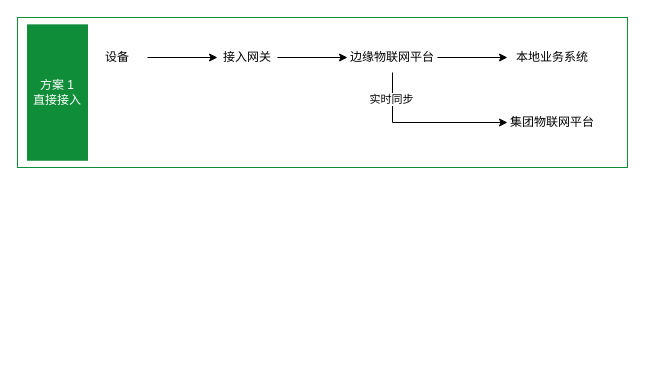
Earlier version of the draw.io diagram 物联网平台数据接入方案.drawio (kerwin58/drawio). Source tidied: cells renumbered, new cells numbered last; positions are measured from the earlier drawing's top-left corner, leaving out a move shared by most shapes. Both pictures are drawn from the tidied source at 100%, with x=0, y=0 at pixel (17, 17).
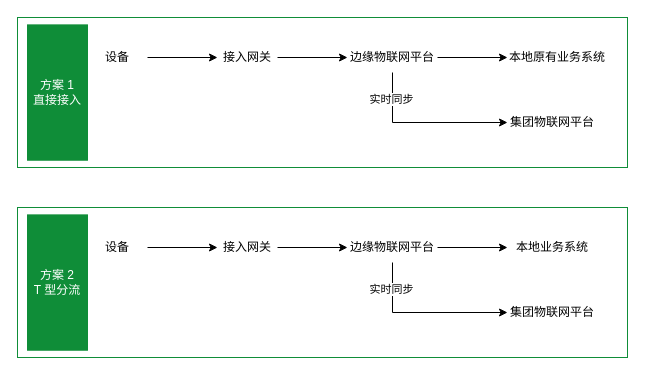
The same diagram, later.

Commit message (it also covers changes not shown here):
更新物联网平台数据接入方案.drawio

Change to the diagram source:
```diff
@@
-    <mxCell id="12" value="本地业务系统" style="text;html=1;whiteSpace=wrap;strokeColor=none;fillColor=none;align=center;verticalAlign=middle;rounded=0;" parent="1" vertex="1">
-      <mxGeometry x="490" y="25" width="90" height="30" as="geometry" />
+    <mxCell id="12" value="本地原有业务系统" style="text;html=1;whiteSpace=wrap;strokeColor=none;fillColor=none;align=center;verticalAlign=middle;rounded=0;" parent="1" vertex="1">
+      <mxGeometry x="490" y="25" width="100" height="30" as="geometry" />
     </mxCell>
@@
+    <mxCell id="14" style="rounded=0;whiteSpace=wrap;html=1;strokeColor=#0F8D38;" parent="1" vertex="1">
+      <mxGeometry y="190" width="610" height="150" as="geometry" />
+    </mxCell>
+    <mxCell id="15" value="方案 2&lt;br&gt;T 型分流" style="rounded=0;whiteSpace=wrap;html=1;fillColor=#0F8D38;strokeColor=#0F8D38;fontColor=#FFFFFF;" parent="1" vertex="1">
+      <mxGeometry x="10" y="197.4" width="60" height="135.3" as="geometry" />
+    </mxCell>
+    <mxCell id="16" style="edgeStyle=orthogonalEdgeStyle;rounded=0;jettySize=auto;html=1;entryX=0;entryY=0.5;entryDx=0;entryDy=0;" parent="1" edge="1" source="17" target="19">
+      <mxGeometry relative="1" as="geometry" />
+    </mxCell>
+    <mxCell id="17" value="设备" style="text;html=1;whiteSpace=wrap;strokeColor=none;fillColor=none;align=center;verticalAlign=middle;rounded=0;" parent="1" vertex="1">
+      <mxGeometry x="70" y="215" width="60" height="30" as="geometry" />
+    </mxCell>
+    <mxCell id="18" style="edgeStyle=orthogonalEdgeStyle;rounded=0;jettySize=auto;html=1;entryX=0;entryY=0.5;entryDx=0;entryDy=0;" parent="1" edge="1" source="19" target="23">
+      <mxGeometry relative="1" as="geometry" />
+    </mxCell>
+    <mxCell id="19" value="接入网关" style="text;html=1;whiteSpace=wrap;strokeColor=none;fillColor=none;align=center;verticalAlign=middle;rounded=0;" parent="1" vertex="1">
+      <mxGeometry x="200" y="215" width="60" height="30" as="geometry" />
+    </mxCell>
+    <mxCell id="20" style="edgeStyle=orthogonalEdgeStyle;rounded=0;jettySize=auto;html=1;entryX=0;entryY=0.5;entryDx=0;entryDy=0;" parent="1" edge="1" source="23" target="24">
+      <mxGeometry relative="1" as="geometry" />
+    </mxCell>
+    <mxCell id="21" style="edgeStyle=orthogonalEdgeStyle;rounded=0;jettySize=auto;html=1;entryX=0;entryY=0.5;entryDx=0;entryDy=0;exitX=0.5;exitY=1;exitDx=0;exitDy=0;" parent="1" edge="1" source="23" target="25">
+      <mxGeometry relative="1" as="geometry" />
+    </mxCell>
+    <mxCell id="22" value="实时同步" style="edgeLabel;html=1;align=center;verticalAlign=middle;" parent="21" vertex="1">
+      <mxGeometry x="-0.69" y="-2" relative="1" as="geometry" />
+    </mxCell>
+    <mxCell id="23" value="边缘物联网平台" style="text;html=1;whiteSpace=wrap;strokeColor=none;fillColor=none;align=center;verticalAlign=middle;rounded=0;" parent="1" vertex="1">
+      <mxGeometry x="330" y="215" width="90" height="30" as="geometry" />
+    </mxCell>
+    <mxCell id="24" value="本地业务系统" style="text;html=1;whiteSpace=wrap;strokeColor=none;fillColor=none;align=center;verticalAlign=middle;rounded=0;" parent="1" vertex="1">
+      <mxGeometry x="490" y="215" width="90" height="30" as="geometry" />
+    </mxCell>
+    <mxCell id="25" value="集团物联网平台" style="text;html=1;whiteSpace=wrap;strokeColor=none;fillColor=none;align=center;verticalAlign=middle;rounded=0;" parent="1" vertex="1">
+      <mxGeometry x="490" y="280" width="90" height="30" as="geometry" />
+    </mxCell>
```
